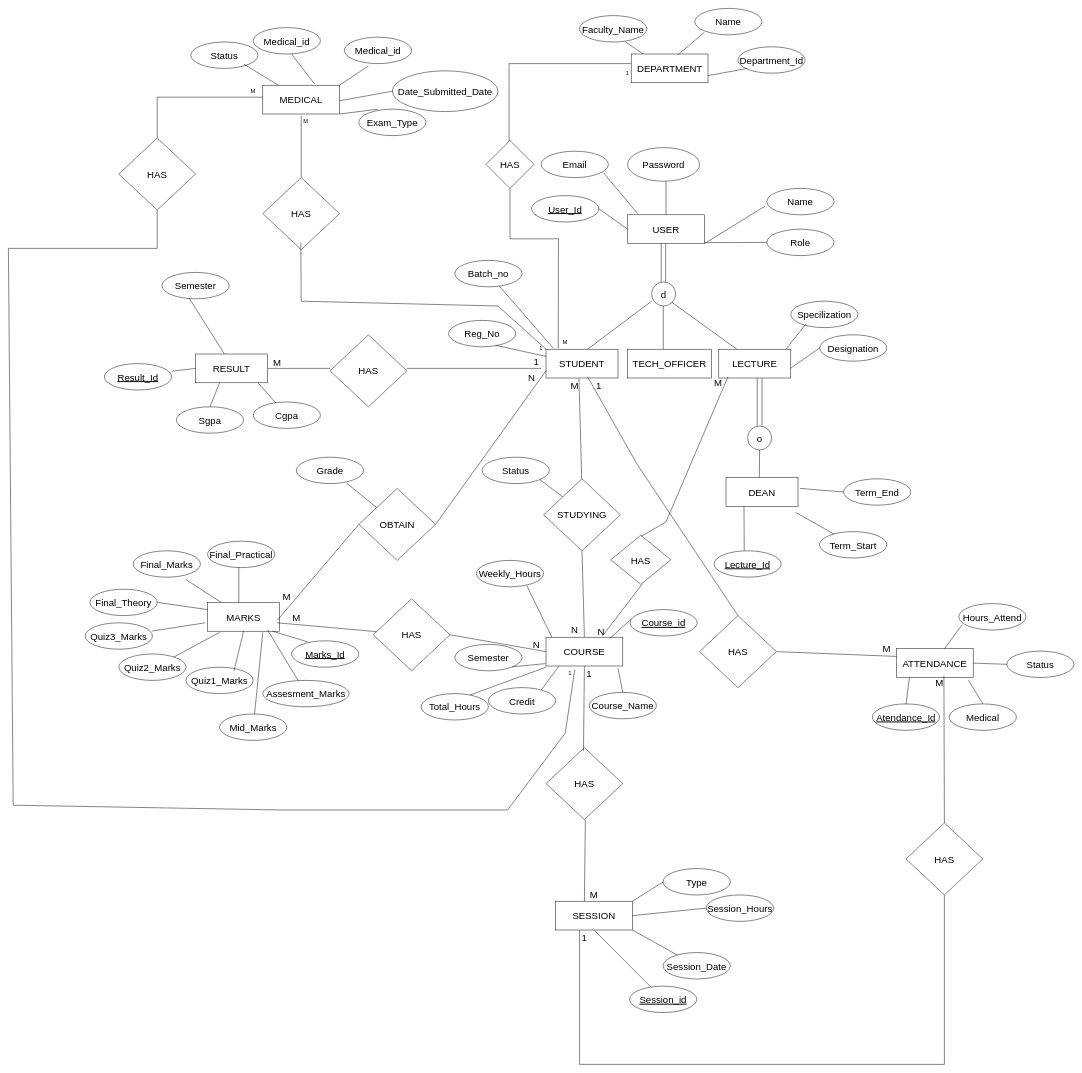
The draw.io diagram document/ER.drawio in nuwangi2003/database_project, before the edit. Source tidied: cells renumbered, new cells numbered last; positions are measured from the earlier drawing's top-left corner, leaving out a move shared by most shapes. Both pictures are drawn from the tidied source at 48%, with x=0, y=0 at pixel (8, 8).
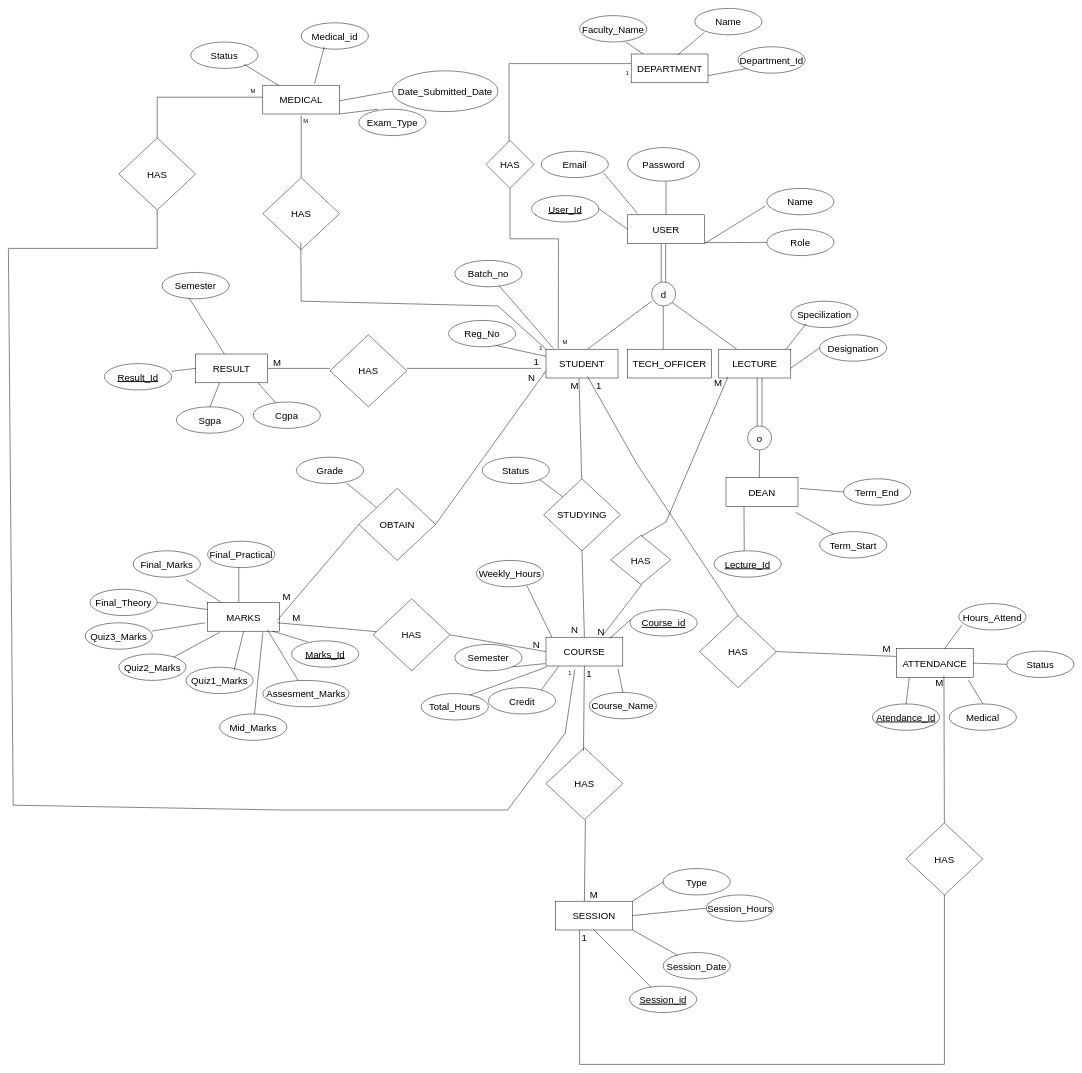
The same page after the edit.

Commit message (it also covers changes not shown here):
typing mistake in the re diagramn , corrrect it

Unchanged cells that the change refers to:
```xml
<mxCell id="143" value="&lt;font&gt;MEDICAL&lt;/font&gt;" style="rounded=0;whiteSpace=wrap;html=1;fontSize=20;labelBackgroundColor=default;" parent="1" vertex="1">
  <mxGeometry x="530" y="160" width="160" height="60" as="geometry" />
</mxCell>
```

Change to the diagram source:
```diff
@@
-    <mxCell id="151" value="Medical_id" style="ellipse;whiteSpace=wrap;html=1;fontSize=20;" parent="1" vertex="1">
-      <mxGeometry x="700" y="60" width="140" height="55" as="geometry" />
-    </mxCell>
     <mxCell id="152" value="Medical_id" style="ellipse;whiteSpace=wrap;html=1;fontSize=20;" parent="1" vertex="1">
-      <mxGeometry x="510" y="40" width="140" height="55" as="geometry" />
+      <mxGeometry x="610" y="30" width="140" height="55" as="geometry" />
     </mxCell>
-    <mxCell id="153" style="endArrow=none;html=1;rounded=0;exitX=1;exitY=0.5;exitDx=0;exitDy=0;fontSize=20;" parent="1" edge="1">
-      <mxGeometry relative="1" as="geometry">
-        <mxPoint x="690" y="160" as="sourcePoint" />
-        <mxPoint x="750" y="120" as="targetPoint" />
-      </mxGeometry>
-    </mxCell>
-    <mxCell id="154" style="endArrow=none;html=1;rounded=0;exitX=1;exitY=0.5;exitDx=0;exitDy=0;fontSize=20;entryX=0.673;entryY=-0.045;entryDx=0;entryDy=0;entryPerimeter=0;" parent="1" edge="1" target="143">
-      <mxGeometry relative="1" as="geometry">
-        <mxPoint x="590" y="95" as="sourcePoint" />
-      </mxGeometry>
+    <mxCell id="154" style="endArrow=none;html=1;rounded=0;fontSize=20;entryX=0.673;entryY=-0.045;entryDx=0;entryDy=0;entryPerimeter=0;exitX=0.343;exitY=0.909;exitDx=0;exitDy=0;exitPerimeter=0;" parent="1" edge="1" source="152" target="143">
+      <mxGeometry relative="1" as="geometry" />
     </mxCell>
```
